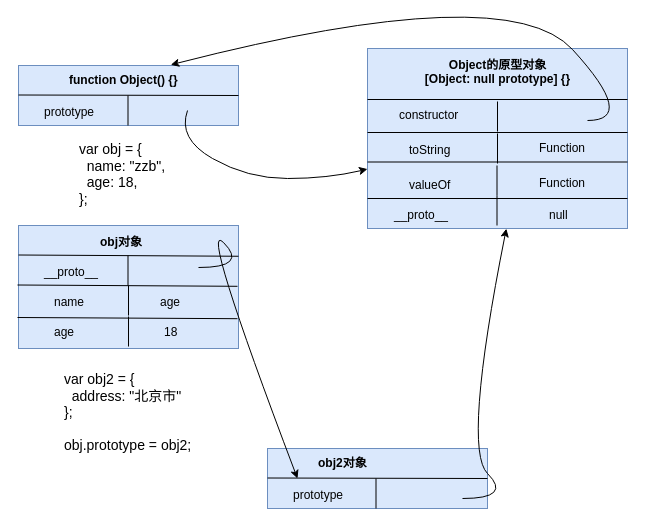
zhangzhibang0309/JavaScriptDeep keeps this draw.io diagram as 13_JS原型链和继承/04_顶层原型来自哪里.drawio. Above is the earlier version. Source tidied: cells renumbered, new cells numbered last; positions are measured from the earlier drawing's top-left corner, leaving out a move shared by most shapes. Both pictures are drawn from the tidied source at 100%, with x=0, y=0 at pixel (17, -22).
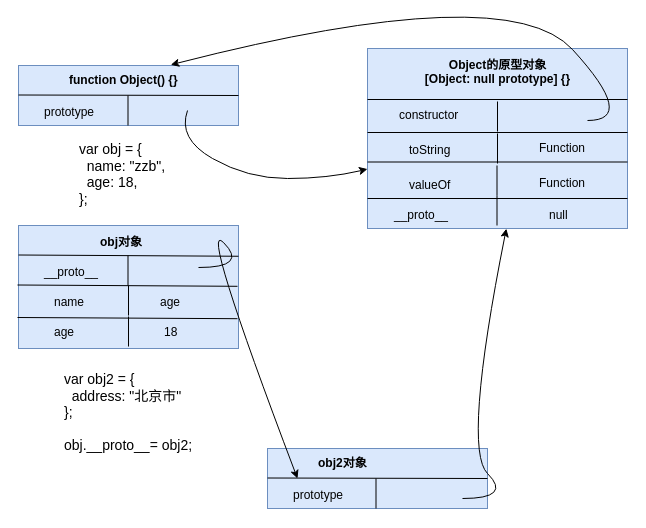
After the change.

Change to the diagram source:
```diff
@@
-    <mxCell id="40" value="&lt;div style=&quot;font-size: 14px ; line-height: 118% ; white-space: pre&quot;&gt;&lt;div&gt;&lt;span style=&quot;background-color: rgb(255 , 255 , 255)&quot;&gt;var obj2 = {&lt;/span&gt;&lt;/div&gt;&lt;div&gt;&lt;span style=&quot;background-color: rgb(255 , 255 , 255)&quot;&gt;&amp;nbsp; address: &quot;北京市&quot;&lt;/span&gt;&lt;/div&gt;&lt;div&gt;&lt;span style=&quot;background-color: rgb(255 , 255 , 255)&quot;&gt;};&lt;/span&gt;&lt;/div&gt;&lt;div&gt;&lt;span style=&quot;background-color: rgb(255 , 255 , 255)&quot;&gt;&lt;br&gt;&lt;/span&gt;&lt;/div&gt;&lt;div&gt;&lt;span style=&quot;background-color: rgb(255 , 255 , 255)&quot;&gt;obj.prototype = obj2;&lt;/span&gt;&lt;/div&gt;&lt;/div&gt;" style="text;html=1;align=left;verticalAlign=top;spacingTop=-4;" parent="1" vertex="1">
+    <mxCell id="40" value="&lt;div style=&quot;font-size: 14px ; line-height: 118% ; white-space: pre&quot;&gt;&lt;div&gt;&lt;span style=&quot;background-color: rgb(255 , 255 , 255)&quot;&gt;var obj2 = {&lt;/span&gt;&lt;/div&gt;&lt;div&gt;&lt;span style=&quot;background-color: rgb(255 , 255 , 255)&quot;&gt;&amp;nbsp; address: &quot;北京市&quot;&lt;/span&gt;&lt;/div&gt;&lt;div&gt;&lt;span style=&quot;background-color: rgb(255 , 255 , 255)&quot;&gt;};&lt;/span&gt;&lt;/div&gt;&lt;div&gt;&lt;span style=&quot;background-color: rgb(255 , 255 , 255)&quot;&gt;&lt;br&gt;&lt;/span&gt;&lt;/div&gt;&lt;div&gt;&lt;span style=&quot;background-color: rgb(255 , 255 , 255)&quot;&gt;obj.__proto__= obj2;&lt;/span&gt;&lt;/div&gt;&lt;/div&gt;" style="text;html=1;align=left;verticalAlign=top;spacingTop=-4;" parent="1" vertex="1">
       <mxGeometry x="45" y="390" width="140" height="80" as="geometry" />
     </mxCell>
```
